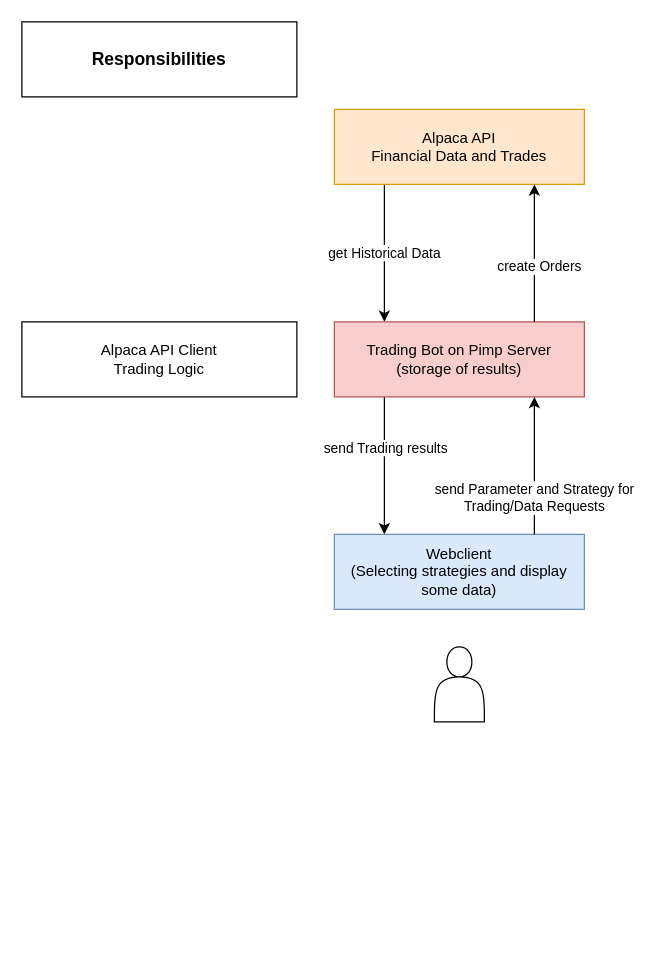
Above: page "Architecture" (1 of 3) of Architecture.drawio in naegerob/TradingBot (draw.io), before the change. Source tidied: cells renumbered, new cells numbered last; positions are measured from the earlier drawing's top-left corner, leaving out a move shared by most shapes. Both pictures are drawn from the tidied source at 125%, with x=0, y=0 at pixel (21, 21).
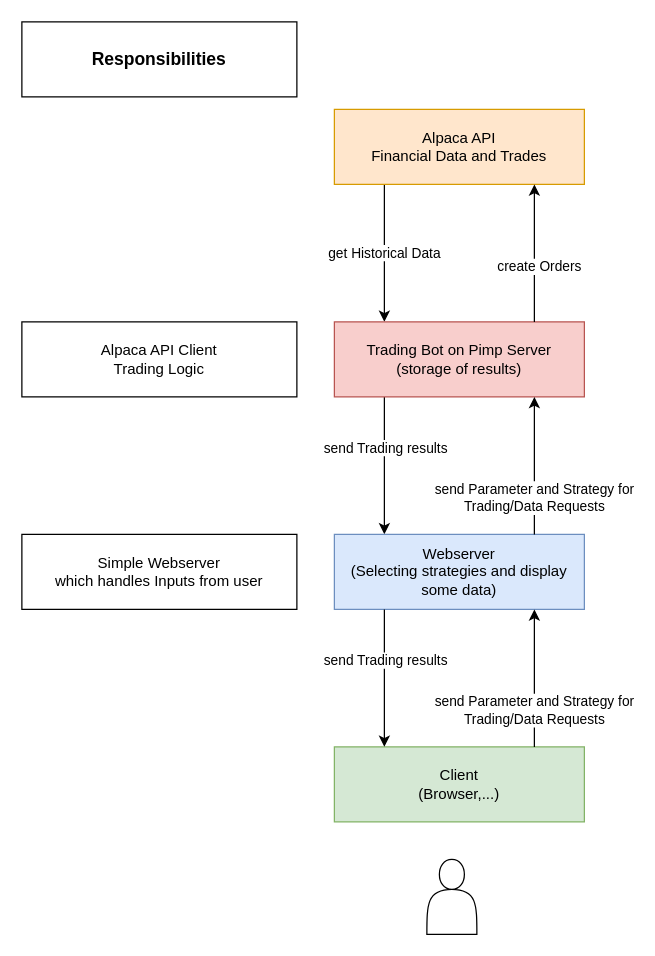
The same page after the edit.

Diff of the diagram source:
```diff
@@
-    <mxCell id="7" value="Webclient&lt;br&gt;(Selecting strategies and display some data)" style="rounded=0;whiteSpace=wrap;html=1;fillColor=#dae8fc;strokeColor=#6c8ebf;" parent="1" vertex="1">
+    <mxCell id="7" value="Webserver&lt;br&gt;(Selecting strategies and display some data)" style="rounded=0;whiteSpace=wrap;html=1;fillColor=#dae8fc;strokeColor=#6c8ebf;" parent="1" vertex="1">
       <mxGeometry x="250" y="410" width="200" height="60" as="geometry" />
     </mxCell>
     <mxCell id="8" style="shape=actor;whiteSpace=wrap;html=1;" parent="1" vertex="1">
-      <mxGeometry x="330" y="500" width="40" height="60" as="geometry" />
+      <mxGeometry x="324" y="670" width="40" height="60" as="geometry" />
     </mxCell>
@@
+    <mxCell id="15" value="Simple Webserver&lt;br&gt;which handles Inputs from user" style="rounded=0;whiteSpace=wrap;html=1;" parent="1" vertex="1">
+      <mxGeometry y="410" width="220" height="60" as="geometry" />
+    </mxCell>
+    <mxCell id="16" value="Client&lt;br&gt;(Browser,...)" style="rounded=0;whiteSpace=wrap;html=1;fillColor=#d5e8d4;strokeColor=#82b366;" parent="1" vertex="1">
+      <mxGeometry x="250" y="580" width="200" height="60" as="geometry" />
+    </mxCell>
+    <mxCell id="17" style="edgeStyle=orthogonalEdgeStyle;rounded=0;orthogonalLoop=1;jettySize=auto;html=1;" parent="1" edge="1">
+      <mxGeometry relative="1" as="geometry">
+        <mxPoint x="290" y="470" as="sourcePoint" />
+        <mxPoint x="290" y="580" as="targetPoint" />
+        <Array as="points">
+          <mxPoint x="290" y="540" />
+          <mxPoint x="290" y="540" />
+        </Array>
+      </mxGeometry>
+    </mxCell>
+    <mxCell id="18" value="send Trading results" style="edgeLabel;html=1;align=center;verticalAlign=middle;" parent="17" vertex="1">
+      <mxGeometry x="-0.18" relative="1" as="geometry">
+        <mxPoint y="-5" as="offset" />
+      </mxGeometry>
+    </mxCell>
+    <mxCell id="19" style="edgeStyle=orthogonalEdgeStyle;rounded=0;orthogonalLoop=1;jettySize=auto;html=1;endArrow=none;endFill=0;startArrow=classic;startFill=1;" parent="1" edge="1">
+      <mxGeometry relative="1" as="geometry">
+        <mxPoint x="410" y="470" as="sourcePoint" />
+        <mxPoint x="410" y="580" as="targetPoint" />
+        <Array as="points">
+          <mxPoint x="410" y="540" />
+          <mxPoint x="410" y="540" />
+        </Array>
+      </mxGeometry>
+    </mxCell>
+    <mxCell id="20" value="send Parameter and Strategy for&lt;br&gt;Trading/Data Requests" style="edgeLabel;html=1;align=center;verticalAlign=middle;" parent="19" vertex="1">
+      <mxGeometry x="0.14" y="-1" relative="1" as="geometry">
+        <mxPoint y="17" as="offset" />
+      </mxGeometry>
+    </mxCell>
```
